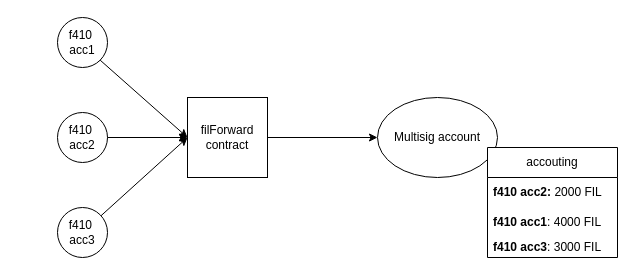
herryho/flowchars keeps this draw.io diagram as forward-multisig.drawio. Above is the earlier version. Source tidied: cells renumbered, new cells numbered last; positions are measured from the earlier drawing's top-left corner, leaving out a move shared by most shapes. Both pictures are drawn from the tidied source at 100%, with x=0, y=0 at pixel (57, 17).
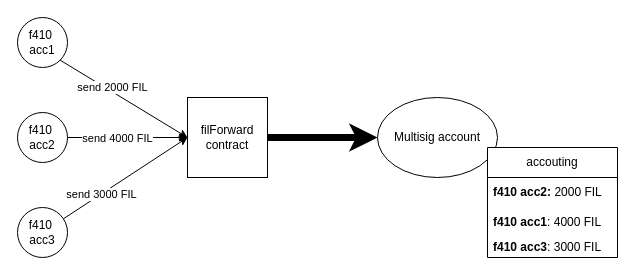
Above is the later version.

Change to the diagram source:
```diff
@@
 <mxGraphModel>
   <root>
     <mxCell id="0" />
     <mxCell id="1" parent="0" />
     <mxCell id="2" value="f410&amp;nbsp;&lt;br style=&quot;border-color: var(--border-color);&quot;&gt;acc3" style="ellipse;whiteSpace=wrap;html=1;" parent="1" vertex="1">
-      <mxGeometry y="190" width="50" height="50" as="geometry" />
+      <mxGeometry x="-40" y="190" width="50" height="50" as="geometry" />
     </mxCell>
     <mxCell id="3" value="f410&amp;nbsp;&lt;br style=&quot;border-color: var(--border-color);&quot;&gt;acc2" style="ellipse;whiteSpace=wrap;html=1;" parent="1" vertex="1">
-      <mxGeometry y="95" width="50" height="50" as="geometry" />
+      <mxGeometry x="-40" y="95" width="50" height="50" as="geometry" />
     </mxCell>
     <mxCell id="4" value="f410&amp;nbsp;&lt;br&gt;acc1" style="ellipse;whiteSpace=wrap;html=1;" parent="1" vertex="1">
-      <mxGeometry width="50" height="50" as="geometry" />
+      <mxGeometry x="-40" width="50" height="50" as="geometry" />
     </mxCell>
     <mxCell id="5" value="filForward&lt;br&gt;contract" style="whiteSpace=wrap;html=1;" parent="1" vertex="1">
       <mxGeometry x="130" y="80" width="80" height="80" as="geometry" />
     </mxCell>
     <mxCell id="6" value="Multisig account" style="ellipse;whiteSpace=wrap;html=1;" parent="1" vertex="1">
       <mxGeometry x="320" y="80" width="120" height="80" as="geometry" />
     </mxCell>
     <mxCell id="7" style="endArrow=classic;html=1;rounded=0;exitX=1;exitY=1;exitDx=0;exitDy=0;entryX=0;entryY=0.5;entryDx=0;entryDy=0;" parent="1" edge="1" source="4" target="5">
       <mxGeometry relative="1" as="geometry" />
     </mxCell>
+    <mxCell id="15" value="send 2000 FIL" style="edgeLabel;html=1;align=center;verticalAlign=middle;" parent="7" vertex="1">
+      <mxGeometry x="-0.22" y="4" relative="1" as="geometry" />
+    </mxCell>
     <mxCell id="8" style="endArrow=classic;html=1;rounded=0;exitX=1;exitY=0.5;exitDx=0;exitDy=0;entryX=0;entryY=0.5;entryDx=0;entryDy=0;" parent="1" edge="1" source="3" target="5">
       <mxGeometry relative="1" as="geometry" />
     </mxCell>
+    <mxCell id="16" value="send 4000 FIL" style="edgeLabel;html=1;align=center;verticalAlign=middle;" parent="8" vertex="1">
+      <mxGeometry x="-0.38" y="-1" relative="1" as="geometry">
+        <mxPoint x="12" y="-1" as="offset" />
+      </mxGeometry>
+    </mxCell>
     <mxCell id="9" style="endArrow=classic;html=1;rounded=0;" parent="1" edge="1" source="2">
       <mxGeometry relative="1" as="geometry">
         <mxPoint x="130" y="120" as="targetPoint" />
       </mxGeometry>
     </mxCell>
+    <mxCell id="17" value="send 3000 FIL" style="edgeLabel;html=1;align=center;verticalAlign=middle;" parent="9" vertex="1">
+      <mxGeometry x="-0.39" relative="1" as="geometry" />
+    </mxCell>
-    <mxCell id="10" style="endArrow=classic;html=1;rounded=0;exitX=1;exitY=0.5;exitDx=0;exitDy=0;entryX=0;entryY=0.5;entryDx=0;entryDy=0;" parent="1" edge="1" source="5" target="6">
+    <mxCell id="10" style="endArrow=classic;html=1;rounded=0;exitX=1;exitY=0.5;exitDx=0;exitDy=0;entryX=0;entryY=0.5;entryDx=0;entryDy=0;strokeWidth=7;" parent="1" edge="1" source="5" target="6">
       <mxGeometry relative="1" as="geometry" />
     </mxCell>
     <mxCell id="11" value="accouting" style="swimlane;fontStyle=0;horizontal=1;startSize=30;whiteSpace=wrap;html=1;" parent="1" vertex="1">
       <mxGeometry x="430" y="130" width="130" height="110" as="geometry" />
     </mxCell>
     <mxCell id="12" value="&lt;b&gt;f410 acc2:&lt;/b&gt; 2000 FIL" style="text;strokeColor=none;fillColor=none;align=left;verticalAlign=middle;spacingLeft=4;spacingRight=4;overflow=hidden;whiteSpace=wrap;html=1;" parent="11" vertex="1">
       <mxGeometry y="30" width="130" height="30" as="geometry" />
     </mxCell>
     <mxCell id="13" value="&lt;b&gt;f410 acc1&lt;/b&gt;: 4000 FIL" style="text;strokeColor=none;fillColor=none;align=left;verticalAlign=middle;spacingLeft=4;spacingRight=4;overflow=hidden;whiteSpace=wrap;html=1;" parent="11" vertex="1">
       <mxGeometry y="60" width="130" height="30" as="geometry" />
     </mxCell>
     <mxCell id="14" value="&lt;b&gt;f410 acc3&lt;/b&gt;: 3000 FIL" style="text;strokeColor=none;fillColor=none;align=left;verticalAlign=middle;spacingLeft=4;spacingRight=4;overflow=hidden;whiteSpace=wrap;html=1;" parent="11" vertex="1">
       <mxGeometry y="90" width="130" height="20" as="geometry" />
     </mxCell>
   </root>
 </mxGraphModel>
```
